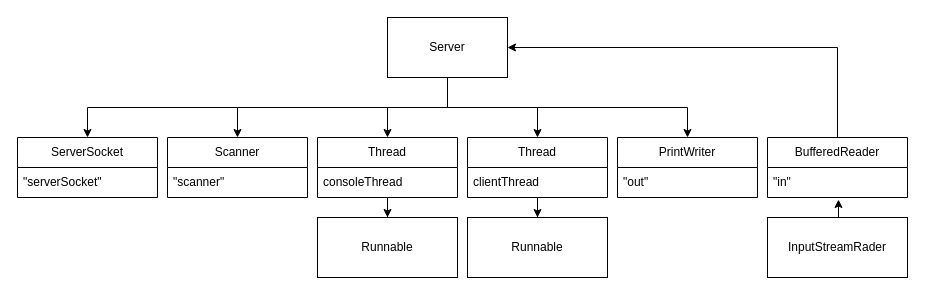
Simon9877/prog-Eksamensprojekt keeps this draw.io diagram as Diagramer/Klassediagram_server.drawio. Above is the earlier version. Source tidied: cells renumbered, new cells numbered last; positions are measured from the earlier drawing's top-left corner, leaving out a move shared by most shapes. Both pictures are drawn from the tidied source at 100%, with x=0, y=0 at pixel (17, 17).
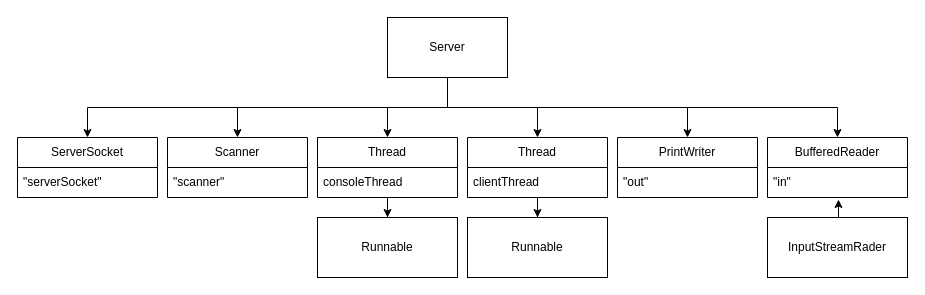
Above is the later version.

Unchanged cells that the change refers to:
```xml
<mxCell id="7" value="Server" style="rounded=0;whiteSpace=wrap;html=1;" parent="1" vertex="1">
  <mxGeometry x="370" width="120" height="60" as="geometry" />
</mxCell>
<mxCell id="21" value="BufferedReader" style="swimlane;fontStyle=0;horizontal=1;startSize=30;whiteSpace=wrap;html=1;" parent="1" vertex="1">
  <mxGeometry x="750" y="120" width="140" height="60" as="geometry" />
</mxCell>
```

The edit, as a diff of the source:
```diff
@@
+    <mxCell id="27" style="edgeStyle=orthogonalEdgeStyle;rounded=0;jettySize=auto;html=1;exitX=0.5;exitY=1;exitDx=0;exitDy=0;" parent="1" edge="1" source="7" target="21">
+      <mxGeometry relative="1" as="geometry" />
+    </mxCell>
@@
-    <mxCell id="20" style="edgeStyle=orthogonalEdgeStyle;rounded=0;jettySize=auto;html=1;exitX=0.5;exitY=0;exitDx=0;exitDy=0;entryX=1;entryY=0.5;entryDx=0;entryDy=0;" parent="1" edge="1" source="21" target="7">
-      <mxGeometry relative="1" as="geometry" />
-    </mxCell>
```
